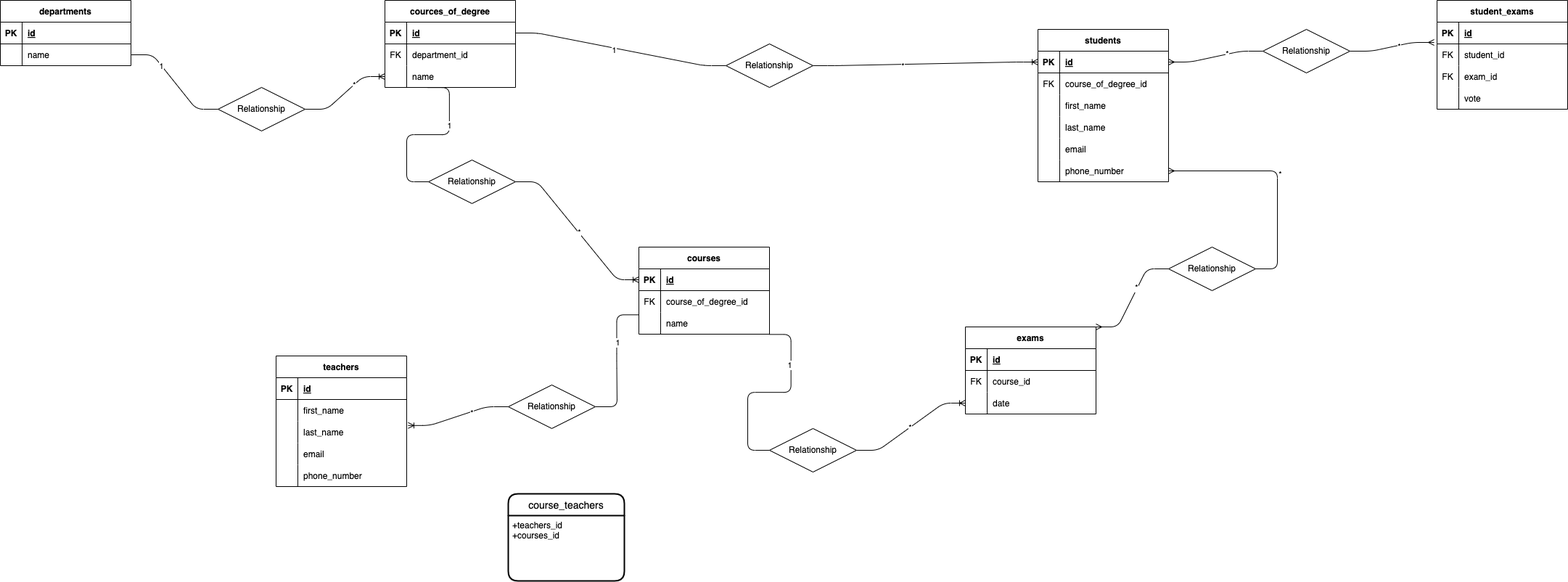
Before: schema.png, a diagram exported from draw.io (francescopiscaglia/db-university). Source tidied: cells renumbered, new cells last; positions are measured from the earlier drawing's top-left corner, leaving out a move shared by most shapes.
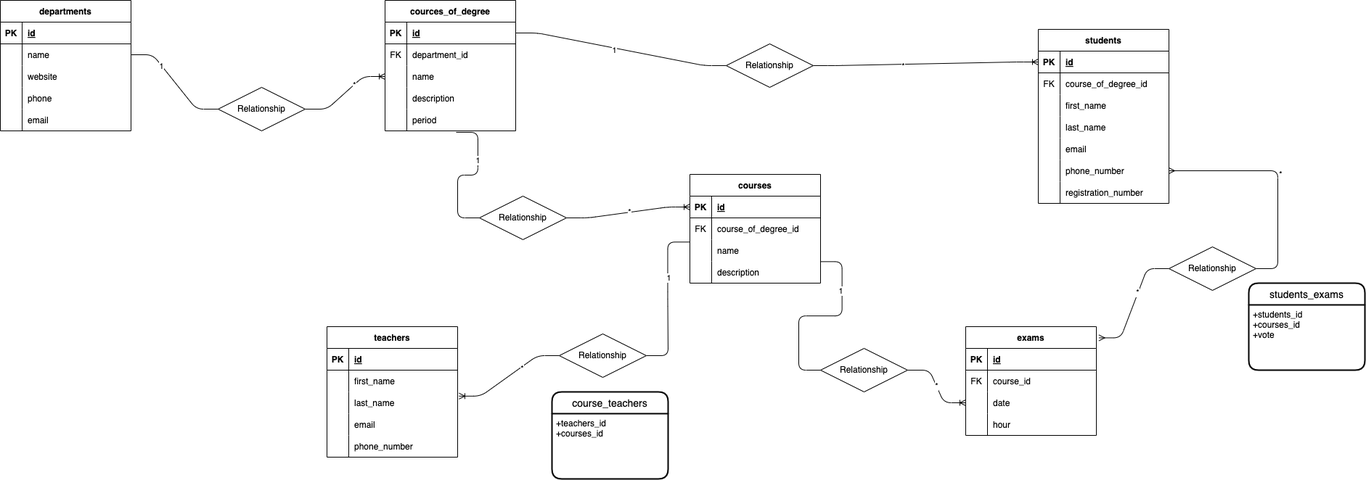
After the change.

What changed in the source:
```diff
@@ -3,7 +3,7 @@
     <mxCell id="0" />
     <mxCell id="1" parent="0" />
     <mxCell id="2" value="departments" style="shape=table;startSize=30;rowLines=0;fontStyle=1;align=center;" parent="1" vertex="1">
-      <mxGeometry width="180" height="90" as="geometry" />
+      <mxGeometry width="180" height="180" as="geometry" />
     </mxCell>
     <mxCell id="3" style="shape=tableRow;horizontal=0;startSize=0;swimlaneHead=0;swimlaneBody=0;fillColor=none;top=0;left=0;right=0;bottom=1;" parent="2" vertex="1">
       <mxGeometry y="30" width="180" height="30" as="geometry" />
@@ -23,8 +23,35 @@
     <mxCell id="8" value="name" style="shape=partialRectangle;fillColor=none;top=0;left=0;bottom=0;right=0;align=left;spacingLeft=6;overflow=hidden;" parent="6" vertex="1">
       <mxGeometry x="30" width="150" height="30" as="geometry" />
     </mxCell>
+    <mxCell id="81" style="shape=tableRow;horizontal=0;startSize=0;swimlaneHead=0;swimlaneBody=0;fillColor=none;top=0;left=0;right=0;bottom=0;" parent="2" vertex="1">
+      <mxGeometry y="90" width="180" height="30" as="geometry" />
+    </mxCell>
+    <mxCell id="124" style="shape=partialRectangle;fillColor=none;top=0;left=0;bottom=0;right=0;overflow=hidden;" parent="81" vertex="1">
+      <mxGeometry width="30" height="30" as="geometry" />
+    </mxCell>
+    <mxCell id="125" value="website" style="shape=partialRectangle;fillColor=none;top=0;left=0;bottom=0;right=0;align=left;spacingLeft=6;overflow=hidden;" parent="81" vertex="1">
+      <mxGeometry x="30" width="150" height="30" as="geometry" />
+    </mxCell>
+    <mxCell id="126" style="shape=tableRow;horizontal=0;startSize=0;swimlaneHead=0;swimlaneBody=0;fillColor=none;top=0;left=0;right=0;bottom=0;" parent="2" vertex="1">
+      <mxGeometry y="120" width="180" height="30" as="geometry" />
+    </mxCell>
+    <mxCell id="127" style="shape=partialRectangle;fillColor=none;top=0;left=0;bottom=0;right=0;overflow=hidden;" parent="126" vertex="1">
+      <mxGeometry width="30" height="30" as="geometry" />
+    </mxCell>
+    <mxCell id="128" value="phone" style="shape=partialRectangle;fillColor=none;top=0;left=0;bottom=0;right=0;align=left;spacingLeft=6;overflow=hidden;" parent="126" vertex="1">
+      <mxGeometry x="30" width="150" height="30" as="geometry" />
+    </mxCell>
+    <mxCell id="129" style="shape=tableRow;horizontal=0;startSize=0;swimlaneHead=0;swimlaneBody=0;fillColor=none;top=0;left=0;right=0;bottom=0;" parent="2" vertex="1">
+      <mxGeometry y="150" width="180" height="30" as="geometry" />
+    </mxCell>
+    <mxCell id="130" style="shape=partialRectangle;fillColor=none;top=0;left=0;bottom=0;right=0;overflow=hidden;" parent="129" vertex="1">
+      <mxGeometry width="30" height="30" as="geometry" />
+    </mxCell>
+    <mxCell id="131" value="email" style="shape=partialRectangle;fillColor=none;top=0;left=0;bottom=0;right=0;align=left;spacingLeft=6;overflow=hidden;" parent="129" vertex="1">
+      <mxGeometry x="30" width="150" height="30" as="geometry" />
+    </mxCell>
     <mxCell id="9" value="cources_of_degree" style="shape=table;startSize=30;rowLines=0;fontStyle=1;align=center;" parent="1" vertex="1">
-      <mxGeometry x="530" width="180" height="120" as="geometry" />
+      <mxGeometry x="530" width="180" height="180" as="geometry" />
     </mxCell>
     <mxCell id="10" style="shape=tableRow;horizontal=0;startSize=0;swimlaneHead=0;swimlaneBody=0;fillColor=none;points=[[0,0.5],[1,0.5]];portConstraint=eastwest;top=0;left=0;right=0;bottom=1;" parent="9" vertex="1">
       <mxGeometry y="30" width="180" height="30" as="geometry" />
@@ -53,8 +80,26 @@
     <mxCell id="18" value="name" style="shape=partialRectangle;fillColor=none;top=0;left=0;bottom=0;right=0;align=left;spacingLeft=6;overflow=hidden;" parent="16" vertex="1">
       <mxGeometry x="30" width="150" height="30" as="geometry" />
     </mxCell>
+    <mxCell id="132" style="shape=tableRow;horizontal=0;startSize=0;swimlaneHead=0;swimlaneBody=0;fillColor=none;top=0;left=0;right=0;bottom=0;" parent="9" vertex="1">
+      <mxGeometry y="120" width="180" height="30" as="geometry" />
+    </mxCell>
+    <mxCell id="133" style="shape=partialRectangle;fillColor=none;top=0;left=0;bottom=0;right=0;overflow=hidden;" parent="132" vertex="1">
+      <mxGeometry width="30" height="30" as="geometry" />
+    </mxCell>
+    <mxCell id="134" value="description" style="shape=partialRectangle;fillColor=none;top=0;left=0;bottom=0;right=0;align=left;spacingLeft=6;overflow=hidden;" parent="132" vertex="1">
+      <mxGeometry x="30" width="150" height="30" as="geometry" />
+    </mxCell>
+    <mxCell id="135" style="shape=tableRow;horizontal=0;startSize=0;swimlaneHead=0;swimlaneBody=0;fillColor=none;points=[[0,0.5],[1,0.5]];portConstraint=eastwest;top=0;left=0;right=0;bottom=0;" parent="9" vertex="1">
+      <mxGeometry y="150" width="180" height="30" as="geometry" />
+    </mxCell>
+    <mxCell id="136" style="shape=partialRectangle;fillColor=none;top=0;left=0;bottom=0;right=0;overflow=hidden;" parent="135" vertex="1">
+      <mxGeometry width="30" height="30" as="geometry" />
+    </mxCell>
+    <mxCell id="137" value="period" style="shape=partialRectangle;fillColor=none;top=0;left=0;bottom=0;right=0;align=left;spacingLeft=6;overflow=hidden;" parent="135" vertex="1">
+      <mxGeometry x="30" width="150" height="30" as="geometry" />
+    </mxCell>
     <mxCell id="19" value="courses" style="shape=table;startSize=30;rowLines=0;fontStyle=1;align=center;" parent="1" vertex="1">
-      <mxGeometry x="880" y="340" width="180" height="120" as="geometry" />
+      <mxGeometry x="950" y="240" width="180" height="150" as="geometry" />
     </mxCell>
     <mxCell id="20" style="shape=tableRow;horizontal=0;startSize=0;swimlaneHead=0;swimlaneBody=0;fillColor=none;points=[[0,0.5],[1,0.5]];portConstraint=eastwest;top=0;left=0;right=0;bottom=1;" parent="19" vertex="1">
       <mxGeometry y="30" width="180" height="30" as="geometry" />
@@ -83,8 +128,17 @@
     <mxCell id="28" value="name" style="shape=partialRectangle;fillColor=none;top=0;left=0;bottom=0;right=0;align=left;spacingLeft=6;overflow=hidden;" parent="26" vertex="1">
       <mxGeometry x="30" width="150" height="30" as="geometry" />
     </mxCell>
+    <mxCell id="138" style="shape=tableRow;horizontal=0;startSize=0;swimlaneHead=0;swimlaneBody=0;fillColor=none;top=0;left=0;right=0;bottom=0;" parent="19" vertex="1">
+      <mxGeometry y="120" width="180" height="30" as="geometry" />
+    </mxCell>
+    <mxCell id="139" style="shape=partialRectangle;fillColor=none;top=0;left=0;bottom=0;right=0;overflow=hidden;" parent="138" vertex="1">
+      <mxGeometry width="30" height="30" as="geometry" />
+    </mxCell>
+    <mxCell id="140" value="description" style="shape=partialRectangle;fillColor=none;top=0;left=0;bottom=0;right=0;align=left;spacingLeft=6;overflow=hidden;" parent="138" vertex="1">
+      <mxGeometry x="30" width="150" height="30" as="geometry" />
+    </mxCell>
     <mxCell id="29" value="teachers" style="shape=table;startSize=30;rowLines=0;fontStyle=1;align=center;" parent="1" vertex="1">
-      <mxGeometry x="380" y="490" width="180" height="180" as="geometry" />
+      <mxGeometry x="450" y="450" width="180" height="180" as="geometry" />
     </mxCell>
     <mxCell id="30" style="shape=tableRow;horizontal=0;startSize=0;swimlaneHead=0;swimlaneBody=0;fillColor=none;top=0;left=0;right=0;bottom=1;" parent="29" vertex="1">
       <mxGeometry y="30" width="180" height="30" as="geometry" />
@@ -132,7 +186,7 @@
       <mxGeometry x="30" width="150" height="30" as="geometry" />
     </mxCell>
     <mxCell id="45" value="exams" style="shape=table;startSize=30;rowLines=0;fontStyle=1;align=center;" parent="1" vertex="1">
-      <mxGeometry x="1330" y="450" width="180" height="120" as="geometry" />
+      <mxGeometry x="1330" y="450" width="180" height="150" as="geometry" />
     </mxCell>
     <mxCell id="46" style="shape=tableRow;horizontal=0;startSize=0;swimlaneHead=0;swimlaneBody=0;fillColor=none;top=0;left=0;right=0;bottom=1;" parent="45" vertex="1">
       <mxGeometry y="30" width="180" height="30" as="geometry" />
@@ -161,8 +215,17 @@
     <mxCell id="54" value="date" style="shape=partialRectangle;fillColor=none;top=0;left=0;bottom=0;right=0;align=left;spacingLeft=6;overflow=hidden;" parent="52" vertex="1">
       <mxGeometry x="30" width="150" height="30" as="geometry" />
     </mxCell>
+    <mxCell id="141" style="shape=tableRow;horizontal=0;startSize=0;swimlaneHead=0;swimlaneBody=0;fillColor=none;top=0;left=0;right=0;bottom=0;" parent="45" vertex="1">
+      <mxGeometry y="120" width="180" height="30" as="geometry" />
+    </mxCell>
+    <mxCell id="142" style="shape=partialRectangle;fillColor=none;top=0;left=0;bottom=0;right=0;overflow=hidden;" parent="141" vertex="1">
+      <mxGeometry width="30" height="30" as="geometry" />
+    </mxCell>
+    <mxCell id="143" value="hour" style="shape=partialRectangle;fillColor=none;top=0;left=0;bottom=0;right=0;align=left;spacingLeft=6;overflow=hidden;" parent="141" vertex="1">
+      <mxGeometry x="30" width="150" height="30" as="geometry" />
+    </mxCell>
     <mxCell id="55" value="students" style="shape=table;startSize=30;rowLines=0;fontStyle=1;align=center;" parent="1" vertex="1">
-      <mxGeometry x="1430" y="40" width="180" height="210" as="geometry" />
+      <mxGeometry x="1430" y="40" width="180" height="240" as="geometry" />
     </mxCell>
     <mxCell id="56" style="shape=tableRow;horizontal=0;startSize=0;swimlaneHead=0;swimlaneBody=0;fillColor=none;points=[[0,0.5],[1,0.5]];portConstraint=eastwest;top=0;left=0;right=0;bottom=1;" parent="55" vertex="1">
       <mxGeometry y="30" width="180" height="30" as="geometry" />
@@ -218,45 +281,15 @@
     <mxCell id="73" value="phone_number" style="shape=partialRectangle;fillColor=none;top=0;left=0;bottom=0;right=0;align=left;spacingLeft=6;overflow=hidden;" parent="71" vertex="1">
       <mxGeometry x="30" width="150" height="30" as="geometry" />
     </mxCell>
-    <mxCell id="74" value="student_exams" style="shape=table;startSize=30;rowLines=0;fontStyle=1;align=center;" parent="1" vertex="1">
-      <mxGeometry x="1980" width="180" height="150" as="geometry" />
-    </mxCell>
-    <mxCell id="75" style="shape=tableRow;horizontal=0;startSize=0;swimlaneHead=0;swimlaneBody=0;fillColor=none;top=0;left=0;right=0;bottom=1;" parent="74" vertex="1">
-      <mxGeometry y="30" width="180" height="30" as="geometry" />
-    </mxCell>
-    <mxCell id="76" value="PK" style="shape=partialRectangle;fillColor=none;top=0;left=0;bottom=0;right=0;fontStyle=1;overflow=hidden;" parent="75" vertex="1">
-      <mxGeometry width="30" height="30" as="geometry" />
-    </mxCell>
-    <mxCell id="77" value="id" style="shape=partialRectangle;fillColor=none;top=0;left=0;bottom=0;right=0;align=left;spacingLeft=6;fontStyle=5;overflow=hidden;" parent="75" vertex="1">
-      <mxGeometry x="30" width="150" height="30" as="geometry" />
-    </mxCell>
-    <mxCell id="78" style="shape=tableRow;horizontal=0;startSize=0;swimlaneHead=0;swimlaneBody=0;fillColor=none;points=[[0,0.5],[1,0.5]];portConstraint=eastwest;top=0;left=0;right=0;bottom=0;" parent="74" vertex="1">
-      <mxGeometry y="60" width="180" height="30" as="geometry" />
-    </mxCell>
-    <mxCell id="79" value="FK" style="shape=partialRectangle;fillColor=none;top=0;left=0;bottom=0;right=0;overflow=hidden;" parent="78" vertex="1">
-      <mxGeometry width="30" height="30" as="geometry" />
-    </mxCell>
-    <mxCell id="80" value="student_id" style="shape=partialRectangle;fillColor=none;top=0;left=0;bottom=0;right=0;align=left;spacingLeft=6;overflow=hidden;" parent="78" vertex="1">
-      <mxGeometry x="30" width="150" height="30" as="geometry" />
-    </mxCell>
-    <mxCell id="81" style="shape=tableRow;horizontal=0;startSize=0;swimlaneHead=0;swimlaneBody=0;fillColor=none;top=0;left=0;right=0;bottom=0;" parent="74" vertex="1">
-      <mxGeometry y="90" width="180" height="30" as="geometry" />
-    </mxCell>
-    <mxCell id="82" value="FK" style="shape=partialRectangle;fillColor=none;top=0;left=0;bottom=0;right=0;overflow=hidden;" parent="81" vertex="1">
-      <mxGeometry width="30" height="30" as="geometry" />
-    </mxCell>
-    <mxCell id="83" value="exam_id" style="shape=partialRectangle;fillColor=none;top=0;left=0;bottom=0;right=0;align=left;spacingLeft=6;overflow=hidden;" parent="81" vertex="1">
-      <mxGeometry x="30" width="150" height="30" as="geometry" />
-    </mxCell>
-    <mxCell id="84" style="shape=tableRow;horizontal=0;startSize=0;swimlaneHead=0;swimlaneBody=0;fillColor=none;top=0;left=0;right=0;bottom=0;" parent="74" vertex="1">
-      <mxGeometry y="120" width="180" height="30" as="geometry" />
-    </mxCell>
-    <mxCell id="85" style="shape=partialRectangle;fillColor=none;top=0;left=0;bottom=0;right=0;overflow=hidden;" parent="84" vertex="1">
-      <mxGeometry width="30" height="30" as="geometry" />
-    </mxCell>
-    <mxCell id="86" value="vote" style="shape=partialRectangle;fillColor=none;top=0;left=0;bottom=0;right=0;align=left;spacingLeft=6;overflow=hidden;" parent="84" vertex="1">
-      <mxGeometry x="30" width="150" height="30" as="geometry" />
-    </mxCell>
+    <mxCell id="144" style="shape=tableRow;horizontal=0;startSize=0;swimlaneHead=0;swimlaneBody=0;fillColor=none;top=0;left=0;right=0;bottom=0;" parent="55" vertex="1">
+      <mxGeometry y="210" width="180" height="30" as="geometry" />
+    </mxCell>
+    <mxCell id="145" style="shape=partialRectangle;fillColor=none;top=0;left=0;bottom=0;right=0;overflow=hidden;" parent="144" vertex="1">
+      <mxGeometry width="30" height="30" as="geometry" />
+    </mxCell>
+    <mxCell id="146" value="registration_number" style="shape=partialRectangle;fillColor=none;top=0;left=0;bottom=0;right=0;align=left;spacingLeft=6;overflow=hidden;" parent="144" vertex="1">
+      <mxGeometry x="30" width="150" height="30" as="geometry" />
+    </mxCell>
     <mxCell id="87" style="edgeStyle=entityRelationEdgeStyle;fontSize=12;html=1;endArrow=ERoneToMany;exitX=1;exitY=0.5;exitDx=0;exitDy=0;entryX=0;entryY=0.5;entryDx=0;entryDy=0;startArrow=none;" parent="1" edge="1" source="91" target="16">
       <mxGeometry relative="1" as="geometry" />
     </mxCell>
@@ -278,14 +311,14 @@
     <mxCell id="93" value="*" style="edgeLabel;html=1;align=center;verticalAlign=middle;" parent="92" vertex="1">
       <mxGeometry x="0.02" y="1" relative="1" as="geometry" />
     </mxCell>
-    <mxCell id="94" style="edgeStyle=entityRelationEdgeStyle;fontSize=12;html=1;endArrow=none;exitX=0.327;exitY=1.006;exitDx=0;exitDy=0;exitPerimeter=0;entryX=0;entryY=0.5;entryDx=0;entryDy=0;" parent="1" edge="1" source="16" target="96">
+    <mxCell id="94" style="edgeStyle=entityRelationEdgeStyle;fontSize=12;html=1;endArrow=none;exitX=0.544;exitY=1.067;exitDx=0;exitDy=0;exitPerimeter=0;entryX=0;entryY=0.5;entryDx=0;entryDy=0;" parent="1" edge="1" source="135" target="96">
       <mxGeometry relative="1" as="geometry" />
     </mxCell>
     <mxCell id="95" value="1" style="edgeLabel;html=1;align=center;verticalAlign=middle;" parent="94" vertex="1">
       <mxGeometry x="-0.34" relative="1" as="geometry" />
     </mxCell>
     <mxCell id="96" value="Relationship" style="shape=rhombus;perimeter=rhombusPerimeter;whiteSpace=wrap;html=1;align=center;" parent="1" vertex="1">
-      <mxGeometry x="590" y="220" width="120" height="60" as="geometry" />
+      <mxGeometry x="660" y="270" width="120" height="60" as="geometry" />
     </mxCell>
     <mxCell id="97" style="edgeStyle=entityRelationEdgeStyle;fontSize=12;html=1;endArrow=ERoneToMany;entryX=0;entryY=0.5;entryDx=0;entryDy=0;exitX=1;exitY=0.5;exitDx=0;exitDy=0;startArrow=none;" parent="1" edge="1" source="101" target="52">
       <mxGeometry relative="1" as="geometry" />
@@ -302,7 +335,7 @@
       </mxGeometry>
     </mxCell>
     <mxCell id="101" value="Relationship" style="shape=rhombus;perimeter=rhombusPerimeter;whiteSpace=wrap;html=1;align=center;" parent="1" vertex="1">
-      <mxGeometry x="1060" y="590" width="120" height="60" as="geometry" />
+      <mxGeometry x="1130" y="480" width="120" height="60" as="geometry" />
     </mxCell>
     <mxCell id="102" style="edgeStyle=entityRelationEdgeStyle;fontSize=12;html=1;endArrow=ERmany;startArrow=none;" parent="1" edge="1" source="106" target="71">
       <mxGeometry relative="1" as="geometry" />
@@ -310,10 +343,8 @@
     <mxCell id="103" value="*" style="edgeLabel;html=1;align=center;verticalAlign=middle;" parent="102" vertex="1">
       <mxGeometry x="0.02" y="-3" relative="1" as="geometry" />
     </mxCell>
-    <mxCell id="104" style="edgeStyle=entityRelationEdgeStyle;fontSize=12;html=1;endArrow=none;startArrow=ERmany;entryX=0;entryY=0.5;entryDx=0;entryDy=0;" parent="1" edge="1" target="106">
-      <mxGeometry relative="1" as="geometry">
-        <mxPoint x="1510" y="450" as="sourcePoint" />
-      </mxGeometry>
+    <mxCell id="104" style="edgeStyle=entityRelationEdgeStyle;fontSize=12;html=1;endArrow=none;startArrow=ERmany;entryX=0;entryY=0.5;entryDx=0;entryDy=0;exitX=1.02;exitY=0.103;exitDx=0;exitDy=0;exitPerimeter=0;" parent="1" edge="1" source="45" target="106">
+      <mxGeometry relative="1" as="geometry" />
     </mxCell>
     <mxCell id="105" value="*" style="edgeLabel;html=1;align=center;verticalAlign=middle;" parent="104" vertex="1">
       <mxGeometry x="0.2" y="1" relative="1" as="geometry" />
@@ -336,23 +367,8 @@
     <mxCell id="111" value="Relationship" style="shape=rhombus;perimeter=rhombusPerimeter;whiteSpace=wrap;html=1;align=center;" parent="1" vertex="1">
       <mxGeometry x="1000" y="60" width="120" height="60" as="geometry" />
     </mxCell>
-    <mxCell id="112" style="edgeStyle=entityRelationEdgeStyle;fontSize=12;html=1;endArrow=ERmany;startArrow=none;exitX=1;exitY=0.5;exitDx=0;exitDy=0;entryX=-0.022;entryY=-0.067;entryDx=0;entryDy=0;entryPerimeter=0;" parent="1" edge="1" source="116" target="78">
-      <mxGeometry relative="1" as="geometry" />
-    </mxCell>
-    <mxCell id="113" value="*" style="edgeLabel;html=1;align=center;verticalAlign=middle;" parent="112" vertex="1">
-      <mxGeometry x="0.16" y="-2" relative="1" as="geometry" />
-    </mxCell>
-    <mxCell id="114" style="edgeStyle=entityRelationEdgeStyle;fontSize=12;html=1;endArrow=none;startArrow=ERmany;exitX=1;exitY=0.5;exitDx=0;exitDy=0;" parent="1" edge="1" source="56" target="116">
-      <mxGeometry relative="1" as="geometry" />
-    </mxCell>
-    <mxCell id="115" value="*" style="edgeLabel;html=1;align=center;verticalAlign=middle;" parent="114" vertex="1">
-      <mxGeometry x="0.24" y="1" relative="1" as="geometry" />
-    </mxCell>
-    <mxCell id="116" value="Relationship" style="shape=rhombus;perimeter=rhombusPerimeter;whiteSpace=wrap;html=1;align=center;" parent="1" vertex="1">
-      <mxGeometry x="1740" y="40" width="120" height="60" as="geometry" />
-    </mxCell>
     <mxCell id="117" value="course_teachers" style="swimlane;horizontal=1;startSize=30;rounded=1;fontSize=14;fontStyle=0;strokeWidth=2;shadow=0;dashed=0;align=center;" parent="1" vertex="1">
-      <mxGeometry x="700" y="680" width="160" height="120" as="geometry" />
+      <mxGeometry x="760" y="540" width="160" height="120" as="geometry" />
     </mxCell>
     <mxCell id="118" value="+teachers_id&#10;+courses_id" style="align=left;strokeColor=none;fillColor=none;spacingLeft=4;fontSize=12;verticalAlign=top;" parent="117" vertex="1">
       <mxGeometry y="30" width="160" height="90" as="geometry" />
@@ -372,7 +388,13 @@
       <mxGeometry x="-0.27" y="1" relative="1" as="geometry" />
     </mxCell>
     <mxCell id="123" value="Relationship" style="shape=rhombus;perimeter=rhombusPerimeter;whiteSpace=wrap;html=1;align=center;" parent="1" vertex="1">
-      <mxGeometry x="700" y="530" width="120" height="60" as="geometry" />
+      <mxGeometry x="770" y="460" width="120" height="60" as="geometry" />
     </mxCell>
+    <mxCell id="147" value="students_exams" style="swimlane;horizontal=1;startSize=30;rounded=1;fontSize=14;fontStyle=0;strokeWidth=2;shadow=0;dashed=0;align=center;" parent="1" vertex="1">
+      <mxGeometry x="1720" y="390" width="160" height="120" as="geometry" />
+    </mxCell>
+    <mxCell id="148" value="+students_id&#10;+courses_id&#10;+vote" style="align=left;strokeColor=none;fillColor=none;spacingLeft=4;fontSize=12;verticalAlign=top;" parent="147" vertex="1">
+      <mxGeometry y="30" width="160" height="90" as="geometry" />
+    </mxCell>
   </root>
 </mxGraphModel>
```
